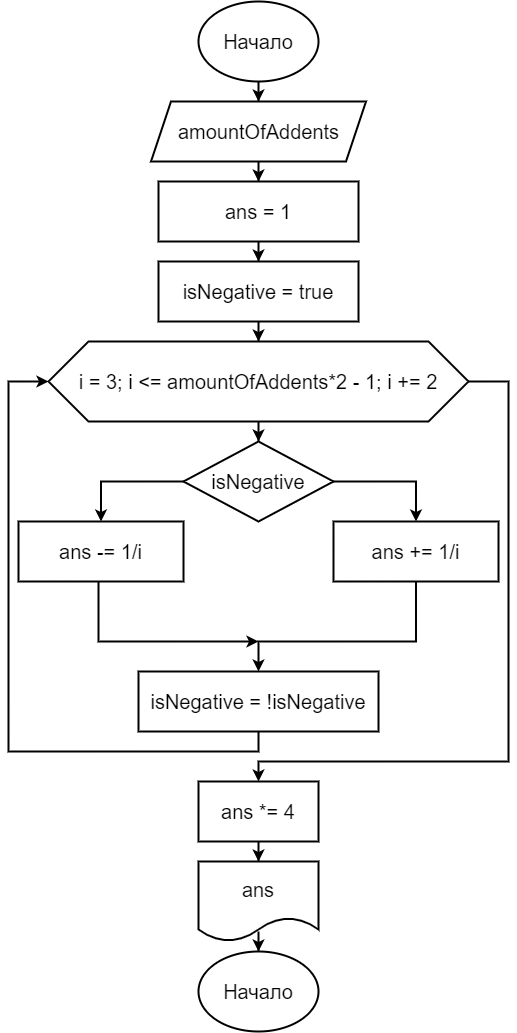
Above: Lab2.2/Lab2.2.drawio.png in ga1kokuj1n/Lab2 (draw.io), before the change. Source tidied: cells renumbered, new cells last; positions are measured from the earlier drawing's top-left corner, leaving out a move shared by most shapes.
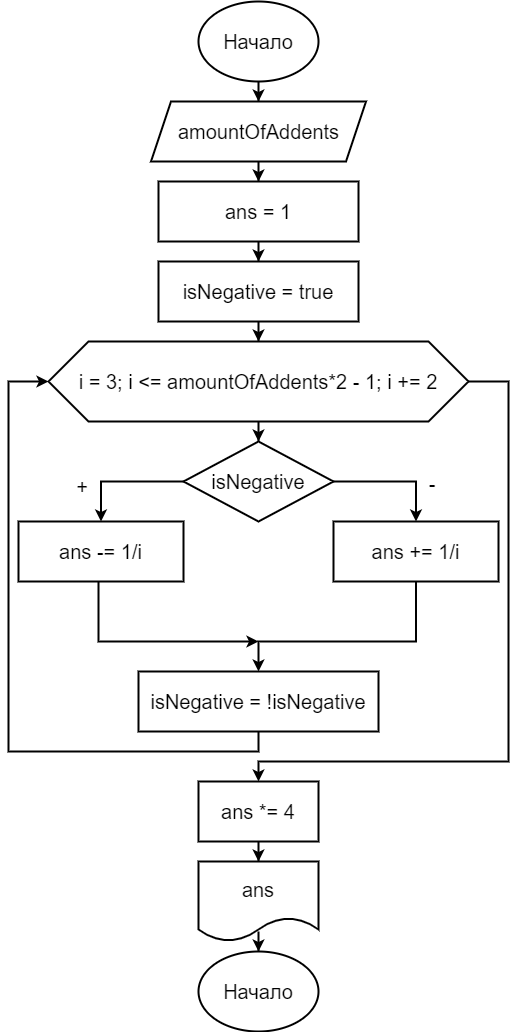
After the commit.

Change to the diagram source:
```diff
@@ -104,5 +104,11 @@
     <mxCell id="26" value="&lt;font style=&quot;font-size: 20px&quot;&gt;Начало&lt;/font&gt;" style="ellipse;whiteSpace=wrap;html=1;strokeWidth=2;" parent="1" vertex="1">
       <mxGeometry x="190" y="950" width="120" height="80" as="geometry" />
     </mxCell>
+    <mxCell id="27" value="+" style="whiteSpace=wrap;html=1;fontSize=20;strokeWidth=2;fillColor=none;strokeColor=none;" parent="1" vertex="1">
+      <mxGeometry x="34" y="445" width="80" height="80" as="geometry" />
+    </mxCell>
+    <mxCell id="28" value="-" style="whiteSpace=wrap;html=1;fontSize=20;strokeWidth=2;fillColor=none;strokeColor=none;" parent="1" vertex="1">
+      <mxGeometry x="384" y="442" width="80" height="80" as="geometry" />
+    </mxCell>
   </root>
 </mxGraphModel>
```
